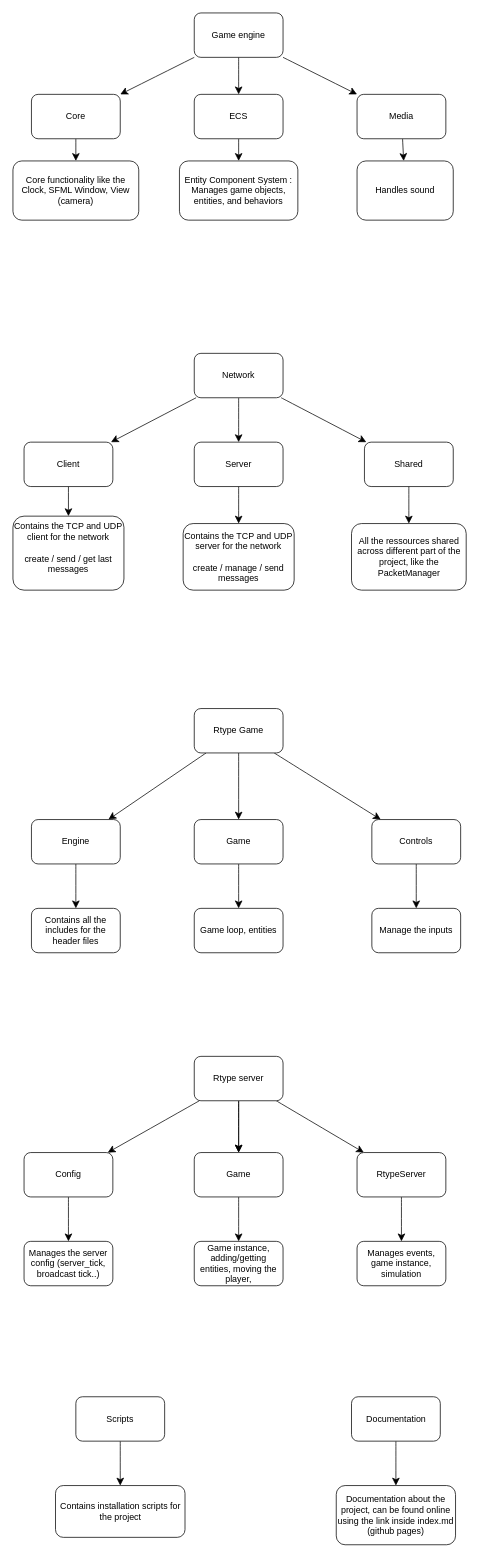
Earlier version of the draw.io diagram documentation/developper/repository_structure/repository_structure_diagram.drawio (cinemaSkrillex/R-Teh). Source tidied: cells renumbered, new cells numbered last; positions are measured from the earlier drawing's top-left corner, leaving out a move shared by most shapes. Both pictures are drawn from the tidied source at 74%, with x=0, y=0 at pixel (13, 13).
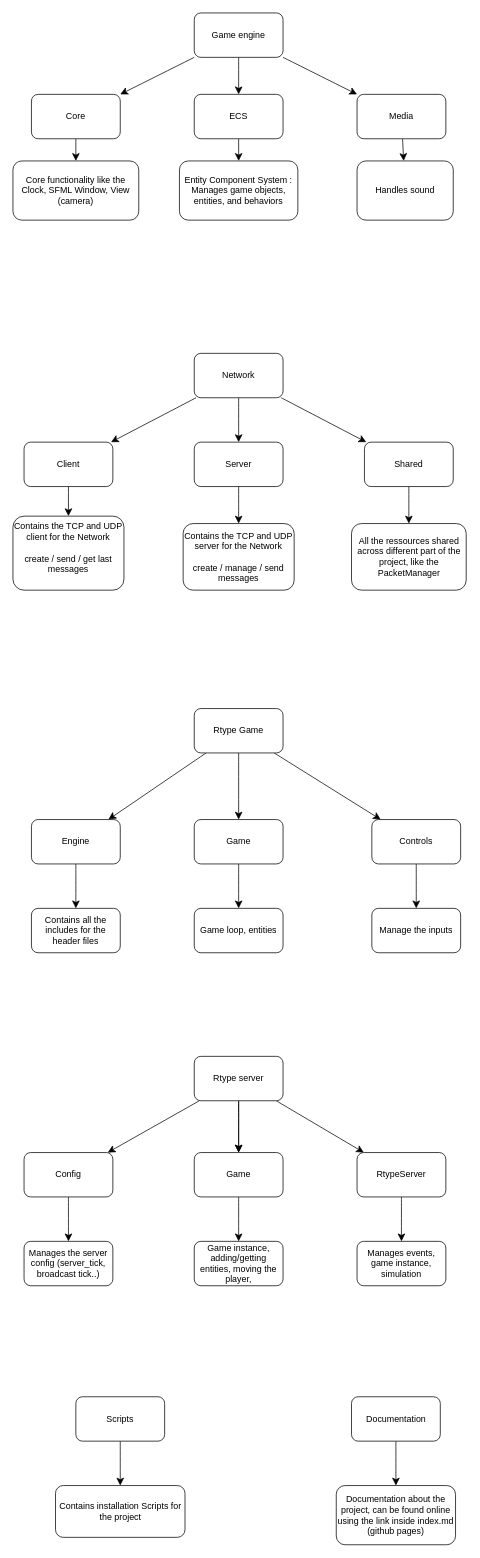
The same diagram, later.

Change to the diagram source:
```diff
@@
-    <mxCell id="38" value="Contains the TCP and UDP client for the network&lt;div&gt;&lt;br&gt;&lt;/div&gt;&lt;div&gt;create / send / get last messages&lt;/div&gt;&lt;div&gt;&lt;br&gt;&lt;/div&gt;" style="whiteSpace=wrap;html=1;rounded=1;" parent="1" vertex="1">
+    <mxCell id="38" value="Contains the TCP and UDP client for the Network&lt;div&gt;&lt;br&gt;&lt;/div&gt;&lt;div&gt;create / send / get last messages&lt;/div&gt;&lt;div&gt;&lt;br&gt;&lt;/div&gt;" style="whiteSpace=wrap;html=1;rounded=1;" parent="1" vertex="1">
       <mxGeometry y="680" width="150" height="100" as="geometry" />
     </mxCell>
-    <mxCell id="39" value="Contains the TCP and UDP server for the network&lt;div&gt;&lt;br&gt;&lt;/div&gt;&lt;div&gt;create / manage / send messages&lt;/div&gt;" style="whiteSpace=wrap;html=1;rounded=1;" parent="1" vertex="1">
+    <mxCell id="39" value="Contains the TCP and UDP server for the Network&lt;div&gt;&lt;br&gt;&lt;/div&gt;&lt;div&gt;create / manage / send messages&lt;/div&gt;" style="whiteSpace=wrap;html=1;rounded=1;" parent="1" vertex="1">
       <mxGeometry x="230" y="690" width="150" height="90" as="geometry" />
     </mxCell>
@@
-    <mxCell id="60" value="Contains installation scripts for the project" style="whiteSpace=wrap;html=1;rounded=1;" parent="1" vertex="1">
+    <mxCell id="60" value="Contains installation Scripts for the project" style="whiteSpace=wrap;html=1;rounded=1;" parent="1" vertex="1">
       <mxGeometry x="57.5" y="1990" width="175" height="70" as="geometry" />
     </mxCell>
```
